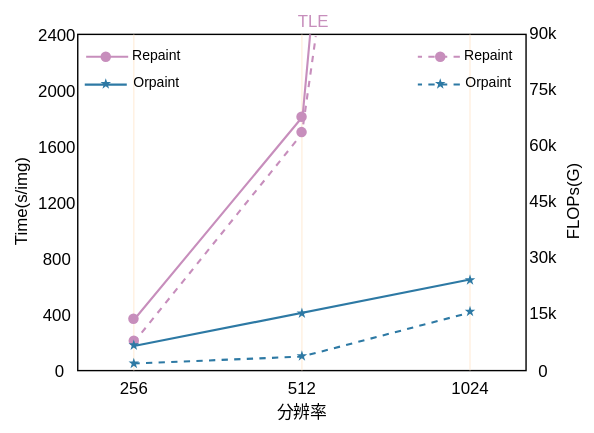
This is img_in_paper/textunet.drawio.svg from YMlinfeng/undergraduate_thesis, a draw.io export, as it was before one commit. Source tidied: cells renumbered, new cells last; positions are measured from the earlier drawing's top-left corner, leaving out a move shared by most shapes.
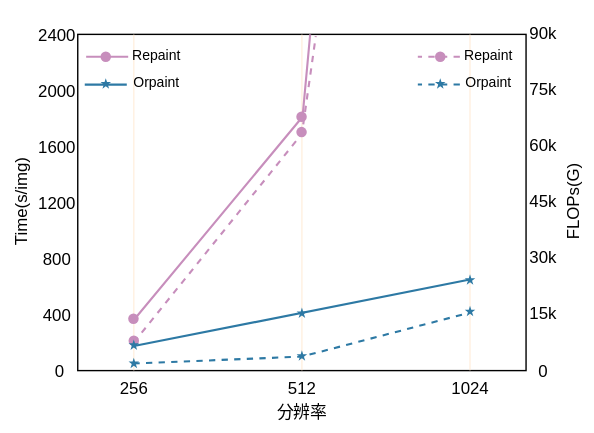
After the change.

Change to the diagram source:
```diff
@@ -196,8 +196,5 @@
     <mxCell id="52" style="verticalLabelPosition=bottom;verticalAlign=top;html=1;shape=mxgraph.basic.star;fillColor=#2d79a4;strokeColor=none;" parent="2" vertex="1">
       <mxGeometry x="331.2" y="217.8" width="7.5" height="7.5" as="geometry" />
     </mxCell>
-    <mxCell id="53" value="&lt;font color=&quot;#c78ebc&quot;&gt;TLE&lt;/font&gt;" style="text;html=1;align=center;verticalAlign=middle;strokeColor=none;fillColor=none;" parent="2" vertex="1">
-      <mxGeometry x="198" width="50" height="30" as="geometry" />
-    </mxCell>
   </root>
 </mxGraphModel>
```
